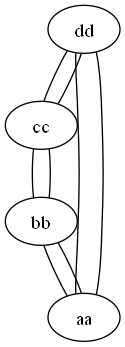
matiuuh/-EDD-Proyecto1_202203009 keeps this Graphviz diagram as pruebas/grafoGlobal.png. Above is the earlier version. Its source is kept beside it as pruebas/grafoGlobal.dot.
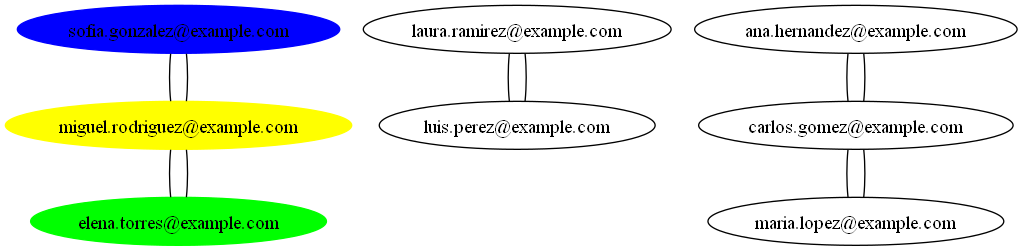
The same file after the commit.

The edit, as a diff of the source:
```diff
@@ -1,10 +1,15 @@
 graph G {
-  "dd" -- "cc";
-  "dd" -- "aa";
-  "cc" -- "dd";
-  "cc" -- "bb";
-  "aa" -- "dd";
-  "aa" -- "bb";
-  "bb" -- "cc";
-  "bb" -- "aa";
+  "sofia.gonzalez@example.com" -- "miguel.rodriguez@example.com";
+  "miguel.rodriguez@example.com" -- "sofia.gonzalez@example.com";
+  "miguel.rodriguez@example.com" -- "elena.torres@example.com";
+  "elena.torres@example.com" -- "miguel.rodriguez@example.com";
+  "laura.ramirez@example.com" -- "luis.perez@example.com";
+  "luis.perez@example.com" -- "laura.ramirez@example.com";
+  "ana.hernandez@example.com" -- "carlos.gomez@example.com";
+  "maria.lopez@example.com" -- "carlos.gomez@example.com";
+  "carlos.gomez@example.com" -- "ana.hernandez@example.com";
+  "carlos.gomez@example.com" -- "maria.lopez@example.com";
+  "sofia.gonzalez@example.com" [style=filled, color=blue];
+  "miguel.rodriguez@example.com" [style=filled, color=yellow];
+  "elena.torres@example.com" [style=filled, color=green];
 }
```
